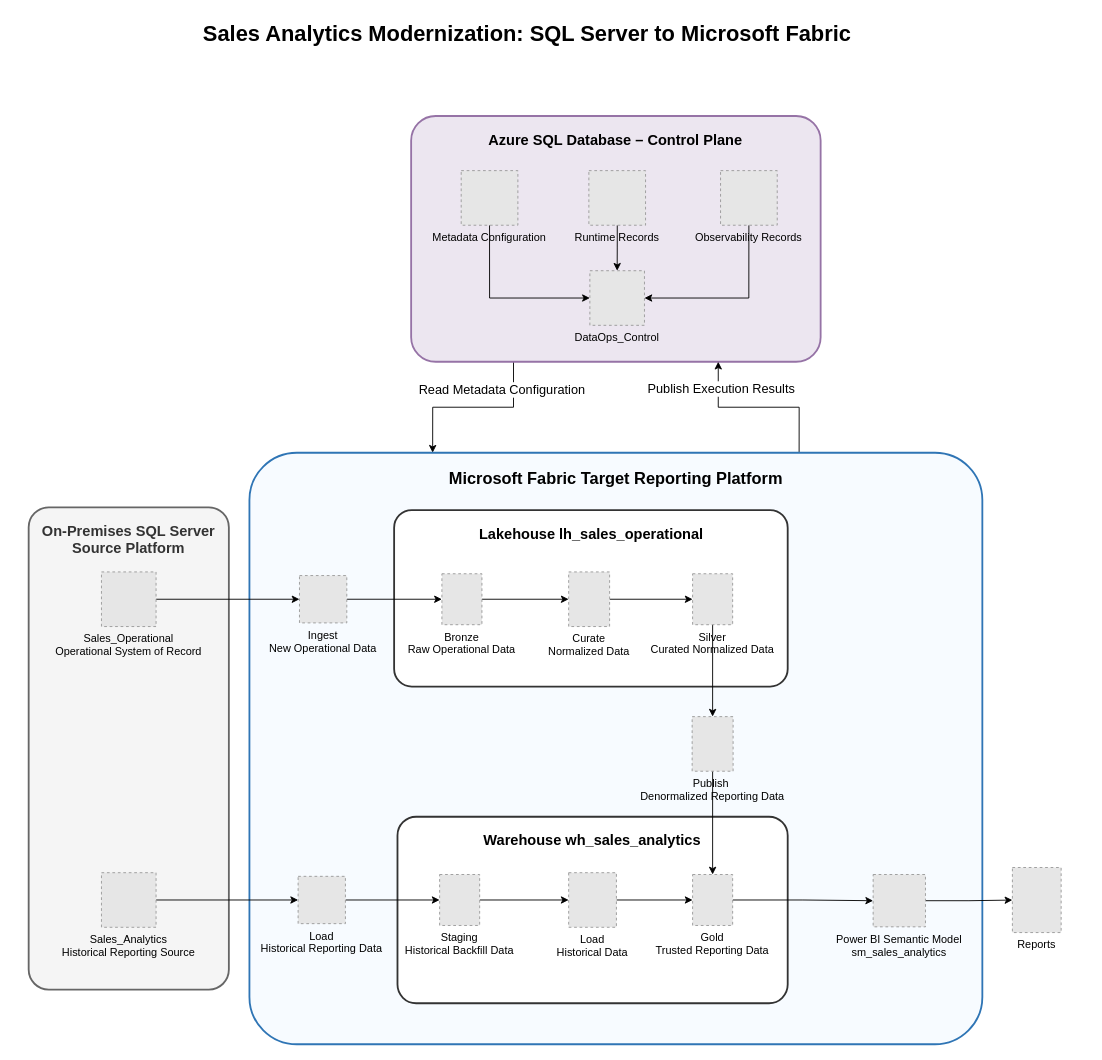
The draw.io diagram microsoft_fabric/sales_analytics_modernization_sql_server_to_fabric/docs/diagrams/sales_analytics_modernization_high_level_architecture.drawio in WilderJoseth/data-engineering-projects, before the edit. Source tidied: cells renumbered, new cells numbered last; positions are measured from the earlier drawing's top-left corner, leaving out a move shared by most shapes. Both pictures are drawn from the tidied source at 91%, with x=0, y=0 at pixel (28, 15). Pictures stored in the file or linked from it are replaced by grey dashed boxes.
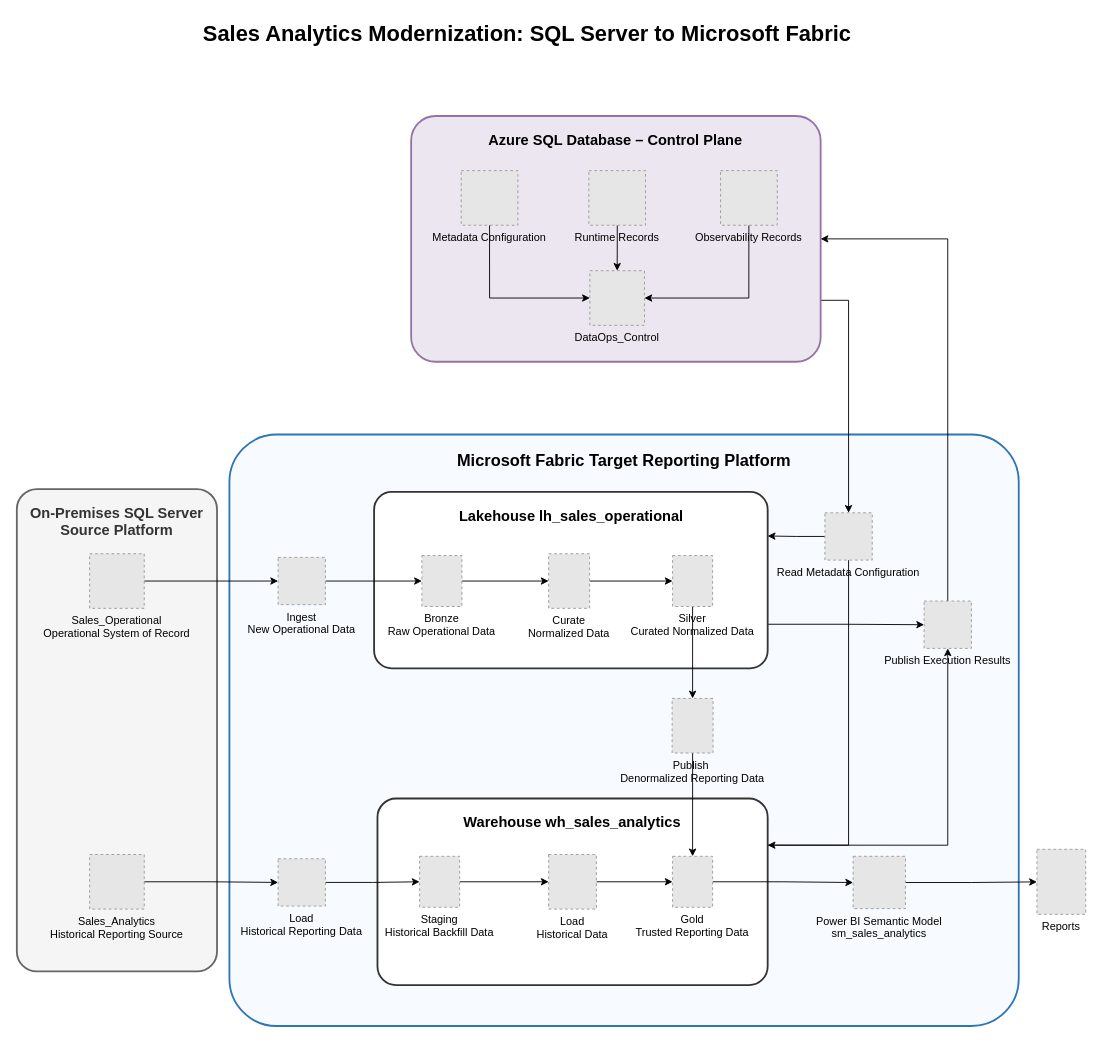
The same diagram, later.

Commit message (it also covers changes not shown here):
adding high-level architecture

Unchanged cells that the change refers to:
```xml
<mxCell id="5" value="Azure SQL Database – Control Plane" style="rounded=1;whiteSpace=wrap;html=1;arcSize=10;strokeWidth=2;fillColor=light-dark(#ece6f0, #392f3f);strokeColor=#9673a6;fontSize=16;fontStyle=1;align=center;verticalAlign=top;spacingTop=10;" parent="1" vertex="1">
  <mxGeometry x="420.3" y="110" width="450" height="270" as="geometry" />
</mxCell>
```

The edit, as a diff of the source:
```diff
@@
+    <mxCell id="9" value="Microsoft Fabric Target Reporting Platform" style="rounded=1;whiteSpace=wrap;html=1;arcSize=8;strokeWidth=2;fillColor=#F7FBFF;strokeColor=#2F75B5;fontSize=18;fontStyle=1;align=center;verticalAlign=top;spacingTop=12;" parent="1" vertex="1">
+      <mxGeometry x="220.6" y="460" width="867.4" height="650" as="geometry" />
+    </mxCell>
@@
-    <mxCell id="3" style="edgeStyle=orthogonalEdgeStyle;rounded=0;jettySize=auto;html=1;exitX=0.25;exitY=1;exitDx=0;exitDy=0;entryX=0.25;entryY=0;entryDx=0;entryDy=0;" parent="1" edge="1" source="5" target="9">
-      <mxGeometry relative="1" as="geometry" />
-    </mxCell>
-    <mxCell id="4" value="Read Metadata&amp;nbsp;Configuration" style="edgeLabel;html=1;align=center;verticalAlign=middle;points=[];fontSize=14;" parent="3" vertex="1">
-      <mxGeometry x="-0.33" relative="1" as="geometry">
-        <mxPoint y="-20" as="offset" />
-      </mxGeometry>
-    </mxCell>
+    <mxCell id="45" style="edgeStyle=orthogonalEdgeStyle;rounded=0;jettySize=auto;html=1;entryX=0.5;entryY=0;entryDx=0;entryDy=0;exitX=1;exitY=0.75;exitDx=0;exitDy=0;" parent="1" edge="1" source="5" target="4">
+      <mxGeometry relative="1" as="geometry" />
+    </mxCell>
@@
     <mxCell id="6" value="On-Premises SQL Server Source Platform" style="rounded=1;whiteSpace=wrap;html=1;arcSize=10;strokeWidth=2;fillColor=#f5f5f5;strokeColor=#666666;fontSize=16;fontStyle=1;align=center;verticalAlign=top;spacingTop=10;fontColor=#333333;" parent="1" vertex="1">
-      <mxGeometry y="540" width="220" height="530" as="geometry" />
+      <mxGeometry x="-13" y="520" width="220" height="530" as="geometry" />
     </mxCell>
-    <mxCell id="7" style="edgeStyle=orthogonalEdgeStyle;rounded=0;jettySize=auto;html=1;entryX=0.75;entryY=1;entryDx=0;entryDy=0;exitX=0.75;exitY=0;exitDx=0;exitDy=0;" parent="1" edge="1" source="9" target="5">
-      <mxGeometry relative="1" as="geometry" />
-    </mxCell>
-    <mxCell id="8" value="&lt;span style=&quot;font-size: 14px;&quot;&gt;Publish Execution Results&lt;/span&gt;" style="edgeLabel;html=1;align=center;verticalAlign=middle;points=[];" parent="7" vertex="1">
-      <mxGeometry x="0.62" y="1" relative="1" as="geometry">
-        <mxPoint x="4" y="-6" as="offset" />
-      </mxGeometry>
-    </mxCell>
-    <mxCell id="9" value="Microsoft Fabric Target Reporting Platform" style="rounded=1;whiteSpace=wrap;html=1;arcSize=8;strokeWidth=2;fillColor=#F7FBFF;strokeColor=#2F75B5;fontSize=18;fontStyle=1;align=center;verticalAlign=top;spacingTop=12;" parent="1" vertex="1">
-      <mxGeometry x="242.6" y="480" width="805.4" height="650" as="geometry" />
-    </mxCell>
+    <mxCell id="46" style="edgeStyle=orthogonalEdgeStyle;rounded=0;jettySize=auto;html=1;entryX=0;entryY=0.5;entryDx=0;entryDy=0;exitX=1;exitY=0.75;exitDx=0;exitDy=0;" parent="1" edge="1" source="10" target="8">
+      <mxGeometry relative="1" as="geometry" />
+    </mxCell>
     <mxCell id="10" value="Lakehouse lh_sales_operational" style="rounded=1;whiteSpace=wrap;html=1;arcSize=10;strokeWidth=2;fillColor=#ffffff;strokeColor=#333333;fontSize=16;fontStyle=1;align=center;verticalAlign=top;spacingTop=10;" parent="1" vertex="1">
-      <mxGeometry x="401.6" y="543" width="432.5" height="194" as="geometry" />
+      <mxGeometry x="379.6" y="523" width="432.5" height="194" as="geometry" />
     </mxCell>
+    <mxCell id="47" style="edgeStyle=orthogonalEdgeStyle;rounded=0;jettySize=auto;html=1;entryX=0.5;entryY=1;entryDx=0;entryDy=0;exitX=1;exitY=0.25;exitDx=0;exitDy=0;" parent="1" edge="1" source="11" target="8">
+      <mxGeometry relative="1" as="geometry" />
+    </mxCell>
     <mxCell id="11" value="Warehouse wh_sales_analytics" style="rounded=1;whiteSpace=wrap;html=1;arcSize=10;strokeWidth=2;fillColor=#ffffff;strokeColor=#333333;fontSize=16;fontStyle=1;align=center;verticalAlign=top;spacingTop=10;" parent="1" vertex="1">
-      <mxGeometry x="405.3" y="880" width="428.8" height="205" as="geometry" />
+      <mxGeometry x="383.3" y="860" width="428.8" height="205" as="geometry" />
     </mxCell>
@@
-    <mxCell id="14" style="edgeStyle=orthogonalEdgeStyle;rounded=0;jettySize=auto;html=1;" parent="1" edge="1" source="15" target="25">
+    <mxCell id="14" style="edgeStyle=orthogonalEdgeStyle;rounded=0;jettySize=auto;html=1;exitX=1;exitY=0.5;exitDx=0;exitDy=0;" parent="1" edge="1" source="15" target="25">
       <mxGeometry relative="1" as="geometry" />
     </mxCell>
-    <mxCell id="15" value="Load&#10;Historical Reporting Data" style="fillColor=#E6E6E6;strokeColor=#999999;dashed=1;verticalLabelPosition=bottom;labelBackgroundColor=none;verticalAlign=top;" parent="1" vertex="1">
-      <mxGeometry x="296.1" y="945.5" width="52" height="52" as="geometry" />
-    </mxCell>
-    <mxCell id="16" style="edgeStyle=orthogonalEdgeStyle;rounded=0;jettySize=auto;html=1;" parent="1" edge="1" source="17" target="19">
+    <mxCell id="16" style="edgeStyle=orthogonalEdgeStyle;rounded=0;jettySize=auto;html=1;exitX=1;exitY=0.5;exitDx=0;exitDy=0;" parent="1" edge="1" source="17" target="19">
       <mxGeometry relative="1" as="geometry" />
     </mxCell>
-    <mxCell id="17" value="Ingest&#10;New Operational Data" style="fillColor=#E6E6E6;strokeColor=#999999;dashed=1;verticalLabelPosition=bottom;labelBackgroundColor=none;verticalAlign=top;" parent="1" vertex="1">
-      <mxGeometry x="297.6" y="615" width="52" height="52" as="geometry" />
-    </mxCell>
@@
     <mxCell id="19" value="Bronze&#10;Raw Operational Data" style="fillColor=#E6E6E6;strokeColor=#999999;dashed=1;verticalLabelPosition=bottom;labelBackgroundColor=none;verticalAlign=top;" parent="1" vertex="1">
-      <mxGeometry x="454.1" y="613" width="44" height="56" as="geometry" />
+      <mxGeometry x="432.1" y="593" width="44" height="56" as="geometry" />
     </mxCell>
@@
     <mxCell id="21" value="Silver&#10;Curated Normalized Data" style="fillColor=#E6E6E6;strokeColor=#999999;dashed=1;verticalLabelPosition=bottom;labelBackgroundColor=none;verticalAlign=top;" parent="1" vertex="1">
-      <mxGeometry x="729.6" y="613" width="44" height="56" as="geometry" />
+      <mxGeometry x="707.6" y="593" width="44" height="56" as="geometry" />
     </mxCell>
@@
     <mxCell id="23" value="Curate&#10;Normalized Data" style="fillColor=#E6E6E6;strokeColor=#999999;dashed=1;verticalLabelPosition=bottom;labelBackgroundColor=none;verticalAlign=top;" parent="1" vertex="1">
-      <mxGeometry x="593.4" y="611" width="45" height="60" as="geometry" />
+      <mxGeometry x="571.4" y="591" width="45" height="60" as="geometry" />
     </mxCell>
@@
     <mxCell id="25" value="Staging&#10;Historical Backfill Data" style="fillColor=#E6E6E6;strokeColor=#999999;dashed=1;verticalLabelPosition=bottom;labelBackgroundColor=none;verticalAlign=top;" parent="1" vertex="1">
-      <mxGeometry x="451.6" y="943.5" width="44" height="56" as="geometry" />
+      <mxGeometry x="429.6" y="923.5" width="44" height="56" as="geometry" />
     </mxCell>
@@
     <mxCell id="27" value="Load&#10;Historical Data" style="fillColor=#E6E6E6;strokeColor=#999999;dashed=1;verticalLabelPosition=bottom;labelBackgroundColor=none;verticalAlign=top;" parent="1" vertex="1">
-      <mxGeometry x="593.4" y="941.5" width="52.5" height="60" as="geometry" />
+      <mxGeometry x="571.4" y="921.5" width="52.5" height="60" as="geometry" />
     </mxCell>
@@
     <mxCell id="29" value="Gold&#10;Trusted Reporting Data" style="fillColor=#E6E6E6;strokeColor=#999999;dashed=1;verticalLabelPosition=bottom;labelBackgroundColor=none;verticalAlign=top;" parent="1" vertex="1">
-      <mxGeometry x="729.6" y="943.5" width="44" height="56" as="geometry" />
+      <mxGeometry x="707.6" y="923.5" width="44" height="56" as="geometry" />
     </mxCell>
@@
     <mxCell id="31" value="Publish &#10;Denormalized Reporting Data" style="fillColor=#E6E6E6;strokeColor=#999999;dashed=1;verticalLabelPosition=bottom;labelBackgroundColor=none;verticalAlign=top;" parent="1" vertex="1">
-      <mxGeometry x="729.1" y="770" width="45" height="60" as="geometry" />
+      <mxGeometry x="707.1" y="750" width="45" height="60" as="geometry" />
     </mxCell>
@@
     <mxCell id="33" value="Power BI Semantic Model&#10;sm_sales_analytics" style="fillColor=#E6E6E6;strokeColor=#999999;dashed=1;verticalLabelPosition=bottom;labelBackgroundColor=none;verticalAlign=top;" parent="1" vertex="1">
-      <mxGeometry x="928" y="943.5" width="57.5" height="57.5" as="geometry" />
+      <mxGeometry x="906" y="923.5" width="57.5" height="57.5" as="geometry" />
     </mxCell>
@@
     <mxCell id="40" value="Reports" style="fillColor=#E6E6E6;strokeColor=#999999;dashed=1;verticalLabelPosition=bottom;labelBackgroundColor=none;verticalAlign=top;" parent="1" vertex="1">
-      <mxGeometry x="1081" y="935.8" width="53.6" height="71.5" as="geometry" />
+      <mxGeometry x="1108" y="915.8" width="53.6" height="71.5" as="geometry" />
     </mxCell>
@@
     <mxCell id="42" value="Sales_Operational&#10;Operational System of Record" style="fillColor=#E6E6E6;strokeColor=#999999;dashed=1;verticalLabelPosition=bottom;labelBackgroundColor=none;verticalAlign=top;" parent="1" vertex="1">
-      <mxGeometry x="80" y="611" width="60" height="60" as="geometry" />
+      <mxGeometry x="67" y="591" width="60" height="60" as="geometry" />
     </mxCell>
-    <mxCell id="43" style="edgeStyle=orthogonalEdgeStyle;rounded=0;jettySize=auto;html=1;" parent="1" edge="1" source="44" target="15">
+    <mxCell id="43" style="edgeStyle=orthogonalEdgeStyle;rounded=0;jettySize=auto;html=1;entryX=0;entryY=0.5;entryDx=0;entryDy=0;" parent="1" edge="1" source="44" target="15">
       <mxGeometry relative="1" as="geometry" />
     </mxCell>
     <mxCell id="44" value="Sales_Analytics&#10;Historical Reporting Source" style="fillColor=#E6E6E6;strokeColor=#999999;dashed=1;verticalLabelPosition=bottom;labelBackgroundColor=none;verticalAlign=top;" parent="1" vertex="1">
-      <mxGeometry x="80" y="941.5" width="60" height="60" as="geometry" />
+      <mxGeometry x="67" y="921.5" width="60" height="60" as="geometry" />
     </mxCell>
+    <mxCell id="17" value="Ingest&#10;New Operational Data" style="fillColor=#E6E6E6;strokeColor=#999999;dashed=1;verticalLabelPosition=bottom;labelBackgroundColor=none;verticalAlign=top;" parent="1" vertex="1">
+      <mxGeometry x="274.1" y="595" width="52" height="52" as="geometry" />
+    </mxCell>
+    <mxCell id="15" value="Load&#10;Historical Reporting Data" style="fillColor=#E6E6E6;strokeColor=#999999;dashed=1;verticalLabelPosition=bottom;labelBackgroundColor=none;verticalAlign=top;" parent="1" vertex="1">
+      <mxGeometry x="274.1" y="926.2" width="52" height="52" as="geometry" />
+    </mxCell>
+    <mxCell id="48" style="edgeStyle=orthogonalEdgeStyle;rounded=0;jettySize=auto;html=1;entryX=1;entryY=0.25;entryDx=0;entryDy=0;" parent="1" edge="1" source="4" target="10">
+      <mxGeometry relative="1" as="geometry" />
+    </mxCell>
+    <mxCell id="49" style="edgeStyle=orthogonalEdgeStyle;rounded=0;jettySize=auto;html=1;entryX=1;entryY=0.25;entryDx=0;entryDy=0;exitX=0.5;exitY=1;exitDx=0;exitDy=0;" parent="1" edge="1" source="4" target="11">
+      <mxGeometry relative="1" as="geometry" />
+    </mxCell>
+    <mxCell id="4" value="Read Metadata Configuration" style="fillColor=#E6E6E6;strokeColor=#999999;dashed=1;verticalLabelPosition=bottom;labelBackgroundColor=none;verticalAlign=top;" parent="1" vertex="1">
+      <mxGeometry x="875" y="546" width="52" height="52" as="geometry" />
+    </mxCell>
+    <mxCell id="50" style="edgeStyle=orthogonalEdgeStyle;rounded=0;jettySize=auto;html=1;entryX=1;entryY=0.5;entryDx=0;entryDy=0;exitX=0.5;exitY=0;exitDx=0;exitDy=0;" parent="1" edge="1" source="8" target="5">
+      <mxGeometry relative="1" as="geometry" />
+    </mxCell>
+    <mxCell id="8" value="Publish Execution Results" style="fillColor=#E6E6E6;strokeColor=#999999;dashed=1;verticalLabelPosition=bottom;labelBackgroundColor=none;verticalAlign=top;" parent="1" vertex="1">
+      <mxGeometry x="984" y="643" width="52" height="52" as="geometry" />
+    </mxCell>
```
